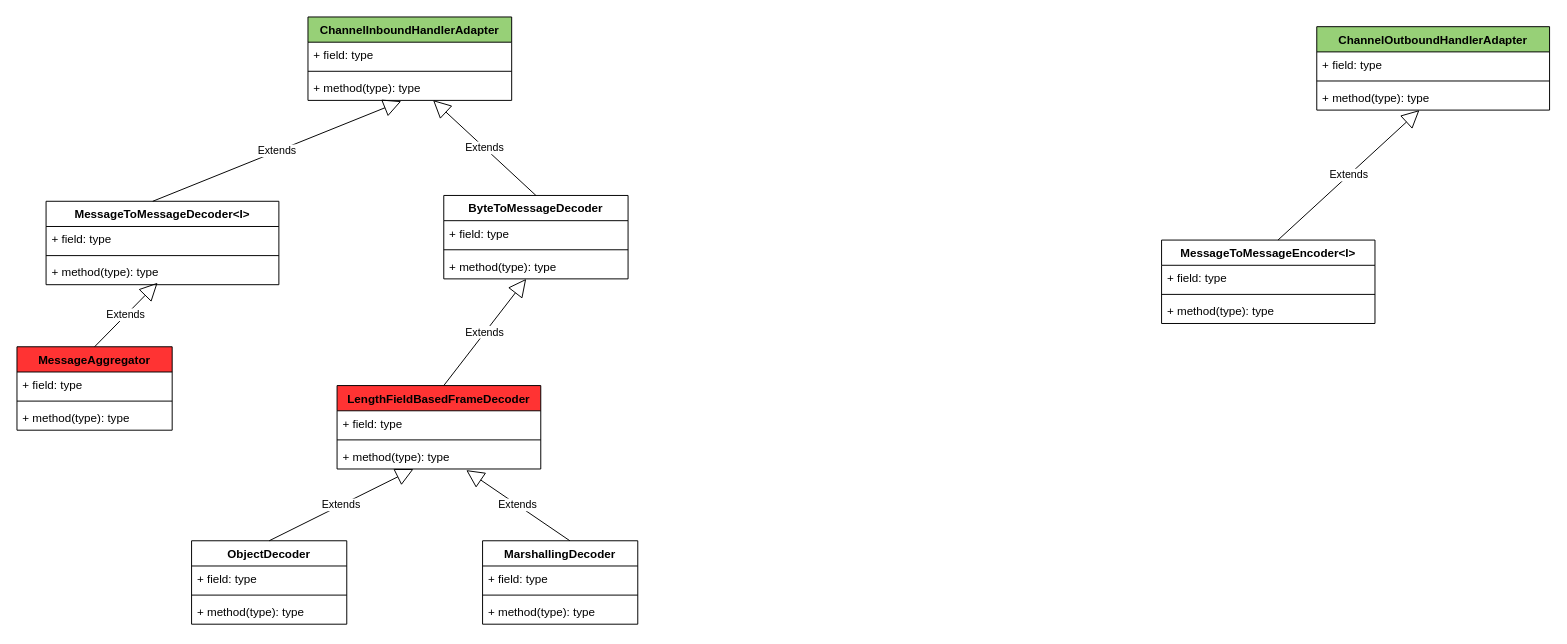
tadsimons/draw keeps this draw.io diagram as page "codec" (7 of 11) of netty.drawio. Above is the earlier version. Source tidied: cells renumbered, new cells numbered last; positions are measured from the earlier drawing's top-left corner, leaving out a move shared by most shapes. Both pictures are drawn from the tidied source at 97%, with x=0, y=0 at pixel (16, 16).
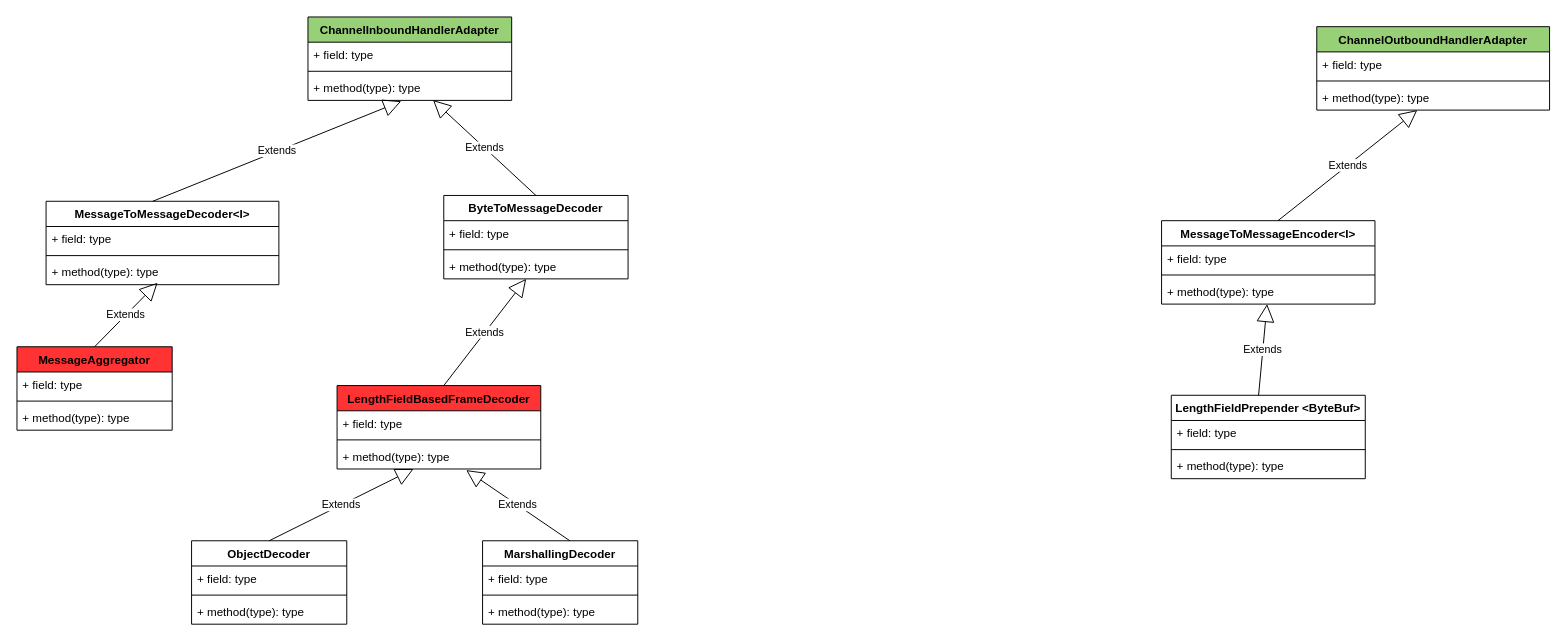
The same page after the edit.

Unchanged cells that the change refers to:
```xml
<mxCell id="29" value="+ method(type): type" style="text;strokeColor=none;fillColor=none;align=left;verticalAlign=top;spacingLeft=4;spacingRight=4;overflow=hidden;points=[[0,0.5],[1,0.5]];portConstraint=eastwest;" parent="25" vertex="1">
  <mxGeometry y="60" width="220" height="26" as="geometry" />
</mxCell>
```

What changed in the source:
```diff
@@
     <mxCell id="25" value="MessageToMessageEncoder&lt;I&gt;" style="swimlane;fontStyle=1;align=center;verticalAlign=top;horizontal=1;startSize=26;fillColor=#FFFFFF;" parent="1" vertex="1">
-      <mxGeometry x="1180" y="230" width="220" height="86" as="geometry" />
+      <mxGeometry x="1180" y="210" width="220" height="86" as="geometry" />
     </mxCell>
@@
+    <mxCell id="45" value="LengthFieldPrepender &lt;ByteBuf&gt;" style="swimlane;fontStyle=1;align=center;verticalAlign=top;horizontal=1;startSize=26;fillColor=#FFFFFF;" parent="1" vertex="1">
+      <mxGeometry x="1190" y="390" width="200" height="86" as="geometry" />
+    </mxCell>
+    <mxCell id="46" value="Extends" style="endArrow=block;endSize=16;endFill=0;html=1;" parent="45" edge="1" target="29">
+      <mxGeometry relative="1" as="geometry">
+        <mxPoint x="90" as="sourcePoint" />
+      </mxGeometry>
+    </mxCell>
+    <mxCell id="47" value="+ field: type" style="text;strokeColor=none;fillColor=none;align=left;verticalAlign=top;spacingLeft=4;spacingRight=4;overflow=hidden;" parent="45" vertex="1">
+      <mxGeometry y="26" width="200" height="26" as="geometry" />
+    </mxCell>
+    <mxCell id="48" style="line;strokeWidth=1;fillColor=none;align=left;verticalAlign=middle;spacingTop=-1;spacingLeft=3;spacingRight=3;labelPosition=right;" parent="45" vertex="1">
+      <mxGeometry y="52" width="200" height="8" as="geometry" />
+    </mxCell>
+    <mxCell id="49" value="+ method(type): type" style="text;strokeColor=none;fillColor=none;align=left;verticalAlign=top;spacingLeft=4;spacingRight=4;overflow=hidden;" parent="45" vertex="1">
+      <mxGeometry y="60" width="200" height="26" as="geometry" />
+    </mxCell>
```
